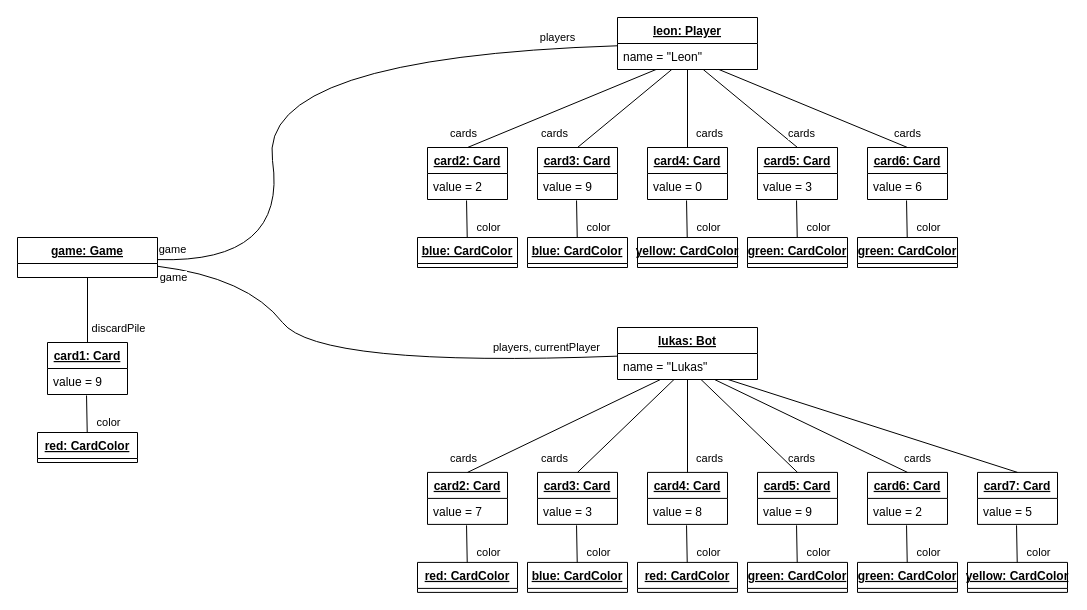
The draw.io diagram modelling/diagrams/PlayerCantPlay_Result.drawio in Lonartie/pm-uno, before the edit. Source tidied: cells renumbered, new cells numbered last; positions are measured from the earlier drawing's top-left corner, leaving out a move shared by most shapes. Both pictures are drawn from the tidied source at 100%, with x=0, y=0 at pixel (17, 17).
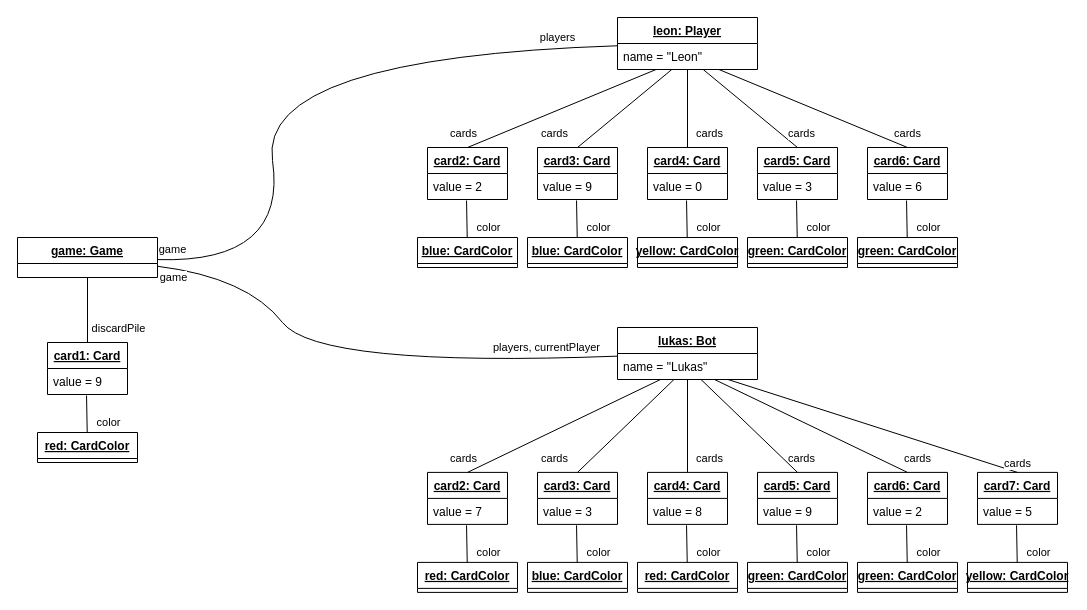
After the change.

Commit message (it also covers changes not shown here):
fixed missing label in scenario-diagram

The edit, as a diff of the source:
```diff
@@
+    <mxCell id="82" value="cards" style="edgeLabel;html=1;align=center;verticalAlign=middle;" parent="1" vertex="1">
+      <mxGeometry x="999.9" y="445.5" as="geometry" />
+    </mxCell>
```
